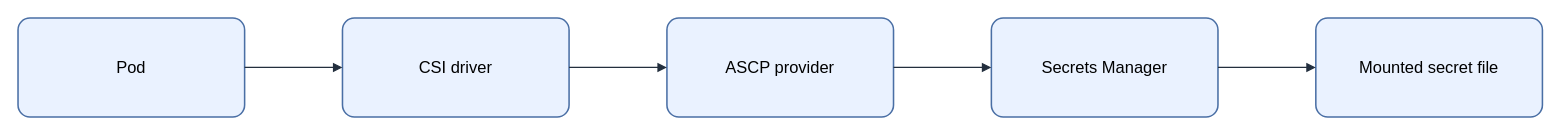
Above: assets/img/aws/eks-secrets-manager-csi.drawio in KKamJi98/kkamji98.github.io (draw.io), before the change. Source tidied: cells renumbered, new cells numbered last; positions are measured from the earlier drawing's top-left corner, leaving out a move shared by most shapes. Both pictures are drawn from the tidied source at 103%, with x=0, y=0 at pixel (18, 18).
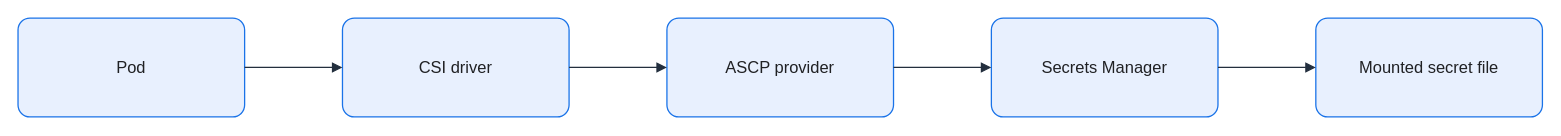
The same diagram, later.

Change to the diagram source:
```diff
@@
 <mxGraphModel background="#FFFFFF">
   <root>
     <mxCell id="0" />
     <mxCell id="1" parent="0" />
-    <mxCell id="2" value="Pod" style="rounded=1;arcSize=12;whiteSpace=wrap;html=0;fillColor=#EAF2FF;strokeColor=#4A6FA5;strokeWidth=1.5;fontColor=#000000;fontSize=16;align=center;verticalAlign=middle;spacing=8;shadow=0;" parent="1" vertex="1">
+    <mxCell id="2" value="Pod" style="rounded=1;arcSize=12;whiteSpace=wrap;html=0;fillColor=#E8F0FE;strokeColor=#1A73E8;strokeWidth=1.25;fontColor=#202124;fontSize=16;align=center;verticalAlign=middle;spacing=8;shadow=0;" parent="1" vertex="1">
       <mxGeometry width="220" height="96" as="geometry" />
     </mxCell>
-    <mxCell id="3" value="CSI driver" style="rounded=1;arcSize=12;whiteSpace=wrap;html=0;fillColor=#EAF2FF;strokeColor=#4A6FA5;strokeWidth=1.5;fontColor=#000000;fontSize=16;align=center;verticalAlign=middle;spacing=8;shadow=0;" parent="1" vertex="1">
+    <mxCell id="3" value="CSI driver" style="rounded=1;arcSize=12;whiteSpace=wrap;html=0;fillColor=#E8F0FE;strokeColor=#1A73E8;strokeWidth=1.25;fontColor=#202124;fontSize=16;align=center;verticalAlign=middle;spacing=8;shadow=0;" parent="1" vertex="1">
       <mxGeometry x="315" width="220" height="96" as="geometry" />
     </mxCell>
-    <mxCell id="4" value="ASCP provider" style="rounded=1;arcSize=12;whiteSpace=wrap;html=0;fillColor=#EAF2FF;strokeColor=#4A6FA5;strokeWidth=1.5;fontColor=#000000;fontSize=16;align=center;verticalAlign=middle;spacing=8;shadow=0;" parent="1" vertex="1">
+    <mxCell id="4" value="ASCP provider" style="rounded=1;arcSize=12;whiteSpace=wrap;html=0;fillColor=#E8F0FE;strokeColor=#1A73E8;strokeWidth=1.25;fontColor=#202124;fontSize=16;align=center;verticalAlign=middle;spacing=8;shadow=0;" parent="1" vertex="1">
       <mxGeometry x="630" width="220" height="96" as="geometry" />
     </mxCell>
-    <mxCell id="5" value="Secrets Manager" style="rounded=1;arcSize=12;whiteSpace=wrap;html=0;fillColor=#EAF2FF;strokeColor=#4A6FA5;strokeWidth=1.5;fontColor=#000000;fontSize=16;align=center;verticalAlign=middle;spacing=8;shadow=0;" parent="1" vertex="1">
+    <mxCell id="5" value="Secrets Manager" style="rounded=1;arcSize=12;whiteSpace=wrap;html=0;fillColor=#E8F0FE;strokeColor=#1A73E8;strokeWidth=1.25;fontColor=#202124;fontSize=16;align=center;verticalAlign=middle;spacing=8;shadow=0;" parent="1" vertex="1">
       <mxGeometry x="945" width="220" height="96" as="geometry" />
     </mxCell>
-    <mxCell id="6" value="Mounted secret file" style="rounded=1;arcSize=12;whiteSpace=wrap;html=0;fillColor=#EAF2FF;strokeColor=#4A6FA5;strokeWidth=1.5;fontColor=#000000;fontSize=16;align=center;verticalAlign=middle;spacing=8;shadow=0;" parent="1" vertex="1">
+    <mxCell id="6" value="Mounted secret file" style="rounded=1;arcSize=12;whiteSpace=wrap;html=0;fillColor=#E8F0FE;strokeColor=#1A73E8;strokeWidth=1.25;fontColor=#202124;fontSize=16;align=center;verticalAlign=middle;spacing=8;shadow=0;" parent="1" vertex="1">
       <mxGeometry x="1260" width="220" height="96" as="geometry" />
     </mxCell>
-    <mxCell id="7" style="edgeStyle=orthogonalEdgeStyle;rounded=0;jettySize=auto;html=0;endArrow=block;endFill=1;strokeColor=#232F3E;strokeWidth=1.25;fontColor=#000000;labelBackgroundColor=none;exitX=1;exitY=0.5;exitDx=0;exitDy=0;entryX=0;entryY=0.5;entryDx=0;entryDy=0;" parent="1" edge="1" source="2" target="3">
+    <mxCell id="7" style="edgeStyle=orthogonalEdgeStyle;rounded=0;jettySize=auto;html=0;endArrow=block;endFill=1;strokeColor=#232F3E;strokeWidth=1.25;fontColor=#202124;labelBackgroundColor=none;exitX=1;exitY=0.5;exitDx=0;exitDy=0;entryX=0;entryY=0.5;entryDx=0;entryDy=0;endSize=7;" parent="1" edge="1" source="2" target="3">
       <mxGeometry relative="1" as="geometry" />
     </mxCell>
-    <mxCell id="8" style="edgeStyle=orthogonalEdgeStyle;rounded=0;jettySize=auto;html=0;endArrow=block;endFill=1;strokeColor=#232F3E;strokeWidth=1.25;fontColor=#000000;labelBackgroundColor=none;exitX=1;exitY=0.5;exitDx=0;exitDy=0;entryX=0;entryY=0.5;entryDx=0;entryDy=0;" parent="1" edge="1" source="3" target="4">
+    <mxCell id="8" style="edgeStyle=orthogonalEdgeStyle;rounded=0;jettySize=auto;html=0;endArrow=block;endFill=1;strokeColor=#232F3E;strokeWidth=1.25;fontColor=#202124;labelBackgroundColor=none;exitX=1;exitY=0.5;exitDx=0;exitDy=0;entryX=0;entryY=0.5;entryDx=0;entryDy=0;endSize=7;" parent="1" edge="1" source="3" target="4">
       <mxGeometry relative="1" as="geometry" />
     </mxCell>
-    <mxCell id="9" style="edgeStyle=orthogonalEdgeStyle;rounded=0;jettySize=auto;html=0;endArrow=block;endFill=1;strokeColor=#232F3E;strokeWidth=1.25;fontColor=#000000;labelBackgroundColor=none;exitX=1;exitY=0.5;exitDx=0;exitDy=0;entryX=0;entryY=0.5;entryDx=0;entryDy=0;" parent="1" edge="1" source="4" target="5">
+    <mxCell id="9" style="edgeStyle=orthogonalEdgeStyle;rounded=0;jettySize=auto;html=0;endArrow=block;endFill=1;strokeColor=#232F3E;strokeWidth=1.25;fontColor=#202124;labelBackgroundColor=none;exitX=1;exitY=0.5;exitDx=0;exitDy=0;entryX=0;entryY=0.5;entryDx=0;entryDy=0;endSize=7;" parent="1" edge="1" source="4" target="5">
       <mxGeometry relative="1" as="geometry" />
     </mxCell>
-    <mxCell id="10" style="edgeStyle=orthogonalEdgeStyle;rounded=0;jettySize=auto;html=0;endArrow=block;endFill=1;strokeColor=#232F3E;strokeWidth=1.25;fontColor=#000000;labelBackgroundColor=none;exitX=1;exitY=0.5;exitDx=0;exitDy=0;entryX=0;entryY=0.5;entryDx=0;entryDy=0;" parent="1" edge="1" source="5" target="6">
+    <mxCell id="10" style="edgeStyle=orthogonalEdgeStyle;rounded=0;jettySize=auto;html=0;endArrow=block;endFill=1;strokeColor=#232F3E;strokeWidth=1.25;fontColor=#202124;labelBackgroundColor=none;exitX=1;exitY=0.5;exitDx=0;exitDy=0;entryX=0;entryY=0.5;entryDx=0;entryDy=0;endSize=7;" parent="1" edge="1" source="5" target="6">
       <mxGeometry relative="1" as="geometry" />
     </mxCell>
   </root>
 </mxGraphModel>
```
